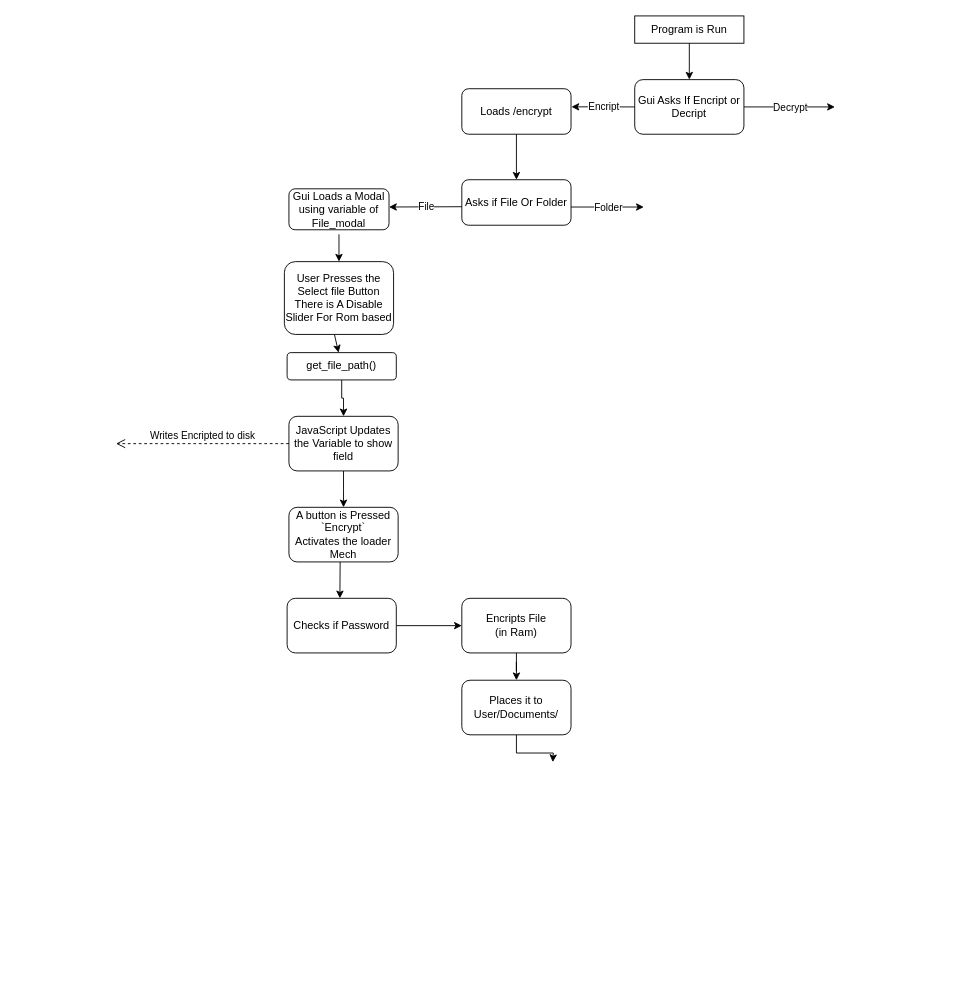
Above: Project WorkFlow.drawio in SharmaDevanshu089/lockr (draw.io), before the change. Source tidied: cells renumbered, new cells numbered last; positions are measured from the earlier drawing's top-left corner, leaving out a move shared by most shapes. Both pictures are drawn from the tidied source at 91%, with x=0, y=0 at pixel (116, 15).
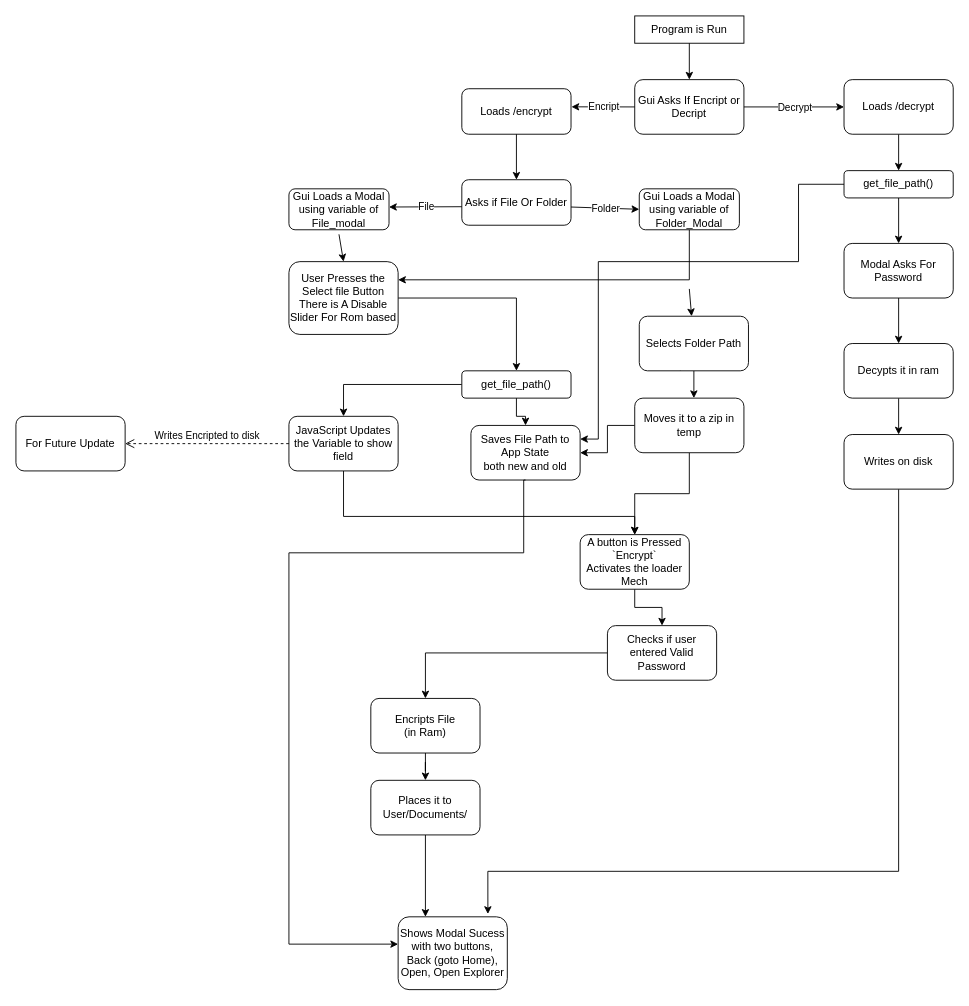
After the change.

Unchanged cells that the change refers to:
```xml
<mxCell id="23" value="JavaScript Updates the Variable to show field" style="rounded=1;whiteSpace=wrap;html=1;" parent="1" vertex="1">
  <mxGeometry x="190" y="440" width="120" height="60" as="geometry" />
</mxCell>
```

What changed in the source:
```diff
@@
-    <mxCell id="5" style="endArrow=classic;html=1;rounded=0;" parent="1" edge="1">
+    <mxCell id="5" style="endArrow=classic;html=1;rounded=0;" parent="1" edge="1" target="50">
       <mxGeometry relative="1" as="geometry">
         <mxPoint x="690" y="100" as="sourcePoint" />
-        <mxPoint x="790" y="100" as="targetPoint" />
       </mxGeometry>
     </mxCell>
@@
-    <mxCell id="12" style="endArrow=classic;html=1;rounded=0;" parent="1" edge="1">
+    <mxCell id="12" style="endArrow=classic;html=1;rounded=0;entryX=0;entryY=0.5;entryDx=0;entryDy=0;" parent="1" edge="1" target="41">
       <mxGeometry relative="1" as="geometry">
         <mxPoint x="500" y="210" as="sourcePoint" />
-        <mxPoint x="580" y="210" as="targetPoint" />
       </mxGeometry>
     </mxCell>
@@
+    <mxCell id="33" style="edgeStyle=orthogonalEdgeStyle;rounded=0;jettySize=auto;html=1;entryX=0.5;entryY=0;entryDx=0;entryDy=0;" parent="1" edge="1" source="17" target="20">
+      <mxGeometry relative="1" as="geometry" />
+    </mxCell>
     <mxCell id="17" value="User Presses the Select file Button&lt;div&gt;There is A Disable Slider For Rom based&lt;/div&gt;" style="rounded=1;whiteSpace=wrap;html=1;" parent="1" vertex="1">
-      <mxGeometry x="185" y="270" width="120" height="80" as="geometry" />
+      <mxGeometry x="190" y="270" width="120" height="80" as="geometry" />
     </mxCell>
@@
     <mxCell id="20" value="get_file_path()" style="rounded=1;whiteSpace=wrap;html=1;" parent="1" vertex="1">
-      <mxGeometry x="188" y="370" width="120" height="30" as="geometry" />
+      <mxGeometry x="380" y="390" width="120" height="30" as="geometry" />
     </mxCell>
-    <mxCell id="21" style="endArrow=classic;html=1;rounded=0;" parent="1" edge="1" target="20">
-      <mxGeometry relative="1" as="geometry">
-        <mxPoint x="240" y="350" as="sourcePoint" />
-      </mxGeometry>
-    </mxCell>
-    <mxCell id="22" style="edgeStyle=orthogonalEdgeStyle;rounded=0;jettySize=auto;html=1;" parent="1" edge="1" source="23">
+    <mxCell id="22" style="edgeStyle=orthogonalEdgeStyle;rounded=0;jettySize=auto;html=1;entryX=0.5;entryY=0;entryDx=0;entryDy=0;" parent="1" edge="1" source="23" target="25">
       <mxGeometry relative="1" as="geometry">
-        <mxPoint x="250" y="540" as="targetPoint" />
+        <Array as="points">
+          <mxPoint x="250" y="550" />
+          <mxPoint x="570" y="550" />
+        </Array>
       </mxGeometry>
     </mxCell>
@@
-    <mxCell id="24" style="edgeStyle=orthogonalEdgeStyle;rounded=0;orthogonalLoop=1;jettySize=auto;html=1;" parent="1" edge="1">
-      <mxGeometry relative="1" as="geometry">
-        <mxPoint x="308" y="570" as="sourcePoint" />
-        <mxPoint x="246" y="640" as="targetPoint" />
-      </mxGeometry>
-    </mxCell>
+    <mxCell id="34" style="edgeStyle=orthogonalEdgeStyle;rounded=0;jettySize=auto;html=1;" parent="1" edge="1" source="25" target="30">
+      <mxGeometry relative="1" as="geometry" />
+    </mxCell>
     <mxCell id="25" value="A button is Pressed&lt;div&gt;`Encrypt&lt;span style=&quot;background-color: transparent; color: light-dark(rgb(0, 0, 0), rgb(255, 255, 255));&quot;&gt;`&lt;/span&gt;&lt;/div&gt;&lt;div&gt;&lt;span style=&quot;background-color: transparent; color: light-dark(rgb(0, 0, 0), rgb(255, 255, 255));&quot;&gt;Activates the loader Mech&lt;/span&gt;&lt;/div&gt;" style="rounded=1;whiteSpace=wrap;html=1;" parent="1" vertex="1">
-      <mxGeometry x="190" y="540" width="120" height="60" as="geometry" />
+      <mxGeometry x="510" y="570" width="120" height="60" as="geometry" />
     </mxCell>
-    <mxCell id="26" style="edgeStyle=orthogonalEdgeStyle;rounded=0;jettySize=auto;html=1;" parent="1" edge="1" source="32">
-      <mxGeometry relative="1" as="geometry">
-        <mxPoint x="480" y="820" as="targetPoint" />
-      </mxGeometry>
+    <mxCell id="26" style="edgeStyle=orthogonalEdgeStyle;rounded=0;jettySize=auto;html=1;entryX=0.25;entryY=0;entryDx=0;entryDy=0;" parent="1" edge="1" source="32" target="35">
+      <mxGeometry relative="1" as="geometry" />
     </mxCell>
     <mxCell id="27" value="Encripts File&lt;div&gt;(in Ram)&lt;/div&gt;" style="rounded=1;whiteSpace=wrap;html=1;" parent="1" vertex="1">
-      <mxGeometry x="380" y="640" width="120" height="60" as="geometry" />
+      <mxGeometry x="280" y="750" width="120" height="60" as="geometry" />
     </mxCell>
-    <mxCell id="28" value="Writes Encripted to disk" style="html=1;verticalAlign=bottom;endArrow=open;dashed=1;endSize=8;curved=0;rounded=0;" parent="1" edge="1">
+    <mxCell id="28" value="Writes Encripted to disk" style="html=1;verticalAlign=bottom;endArrow=open;dashed=1;endSize=8;curved=0;rounded=0;entryX=1;entryY=0.5;entryDx=0;entryDy=0;" parent="1" edge="1" target="36">
       <mxGeometry relative="1" as="geometry">
         <mxPoint x="190" y="470" as="sourcePoint" />
-        <mxPoint y="470" as="targetPoint" />
       </mxGeometry>
     </mxCell>
@@
-    <mxCell id="30" value="Checks if Password" style="rounded=1;whiteSpace=wrap;html=1;" parent="1" vertex="1">
-      <mxGeometry x="188" y="640" width="120" height="60" as="geometry" />
+    <mxCell id="30" value="Checks if user entered Valid Password" style="rounded=1;whiteSpace=wrap;html=1;" parent="1" vertex="1">
+      <mxGeometry x="540" y="670" width="120" height="60" as="geometry" />
     </mxCell>
@@
     <mxCell id="32" value="Places it to User/Documents/" style="rounded=1;whiteSpace=wrap;html=1;" parent="1" vertex="1">
-      <mxGeometry x="380" y="730" width="120" height="60" as="geometry" />
+      <mxGeometry x="280" y="840" width="120" height="60" as="geometry" />
     </mxCell>
+    <mxCell id="35" value="Shows Modal Sucess with two buttons, Back (goto Home), Open, Open Explorer" style="rounded=1;whiteSpace=wrap;html=1;rotation=0;" parent="1" vertex="1">
+      <mxGeometry x="310" y="990" width="120" height="80" as="geometry" />
+    </mxCell>
+    <mxCell id="36" value="For Future Update" style="rounded=1;whiteSpace=wrap;html=1;" parent="1" vertex="1">
+      <mxGeometry x="-110" y="440" width="120" height="60" as="geometry" />
+    </mxCell>
+    <mxCell id="37" value="Saves File Path to App State&lt;div&gt;both new and old&lt;/div&gt;" style="rounded=1;whiteSpace=wrap;html=1;" parent="1" vertex="1">
+      <mxGeometry x="390" y="450" width="120" height="60" as="geometry" />
+    </mxCell>
+    <mxCell id="38" style="edgeStyle=orthogonalEdgeStyle;rounded=0;jettySize=auto;html=1;" parent="1" edge="1" source="20" target="37">
+      <mxGeometry relative="1" as="geometry" />
+    </mxCell>
+    <mxCell id="39" style="edgeStyle=orthogonalEdgeStyle;rounded=0;jettySize=auto;html=1;exitX=0.5;exitY=1;exitDx=0;exitDy=0;" parent="1" edge="1" source="37" target="35">
+      <mxGeometry relative="1" as="geometry">
+        <Array as="points">
+          <mxPoint x="448" y="510" />
+          <mxPoint x="448" y="590" />
+          <mxPoint x="190" y="590" />
+          <mxPoint x="190" y="1020" />
+        </Array>
+      </mxGeometry>
+    </mxCell>
+    <mxCell id="40" style="edgeStyle=orthogonalEdgeStyle;rounded=0;jettySize=auto;html=1;entryX=1;entryY=0.25;entryDx=0;entryDy=0;" parent="1" edge="1" source="41" target="17">
+      <mxGeometry relative="1" as="geometry">
+        <Array as="points">
+          <mxPoint x="630" y="290" />
+        </Array>
+      </mxGeometry>
+    </mxCell>
+    <mxCell id="41" value="Gui Loads a Modal&lt;div&gt;using variable of Folder_Modal&lt;/div&gt;" style="rounded=1;whiteSpace=wrap;html=1;" parent="1" vertex="1">
+      <mxGeometry x="575" y="190" width="110" height="45" as="geometry" />
+    </mxCell>
+    <mxCell id="42" style="endArrow=classic;html=1;rounded=0;" parent="1" edge="1" source="45">
+      <mxGeometry relative="1" as="geometry">
+        <mxPoint x="630" y="370" as="targetPoint" />
+      </mxGeometry>
+    </mxCell>
+    <mxCell id="43" style="endArrow=classic;html=1;rounded=0;" parent="1" edge="1" target="45">
+      <mxGeometry relative="1" as="geometry">
+        <mxPoint x="630" y="300" as="sourcePoint" />
+      </mxGeometry>
+    </mxCell>
+    <mxCell id="44" style="edgeStyle=orthogonalEdgeStyle;rounded=0;jettySize=auto;html=1;" parent="1" edge="1" source="45">
+      <mxGeometry relative="1" as="geometry">
+        <mxPoint x="635" y="420" as="targetPoint" />
+      </mxGeometry>
+    </mxCell>
+    <mxCell id="45" value="Selects Folder Path" style="rounded=1;whiteSpace=wrap;html=1;" parent="1" vertex="1">
+      <mxGeometry x="575" y="330" width="120" height="60" as="geometry" />
+    </mxCell>
+    <mxCell id="46" style="edgeStyle=orthogonalEdgeStyle;rounded=0;jettySize=auto;html=1;entryX=1;entryY=0.5;entryDx=0;entryDy=0;" parent="1" edge="1" source="48" target="37">
+      <mxGeometry relative="1" as="geometry" />
+    </mxCell>
+    <mxCell id="47" style="edgeStyle=orthogonalEdgeStyle;rounded=0;jettySize=auto;html=1;entryX=0.5;entryY=0;entryDx=0;entryDy=0;" parent="1" edge="1" source="48" target="25">
+      <mxGeometry relative="1" as="geometry" />
+    </mxCell>
+    <mxCell id="48" value="Moves it to a zip in temp" style="rounded=1;whiteSpace=wrap;html=1;" parent="1" vertex="1">
+      <mxGeometry x="570" y="420" width="120" height="60" as="geometry" />
+    </mxCell>
+    <mxCell id="49" style="edgeStyle=orthogonalEdgeStyle;rounded=0;jettySize=auto;html=1;entryX=0.5;entryY=0;entryDx=0;entryDy=0;" parent="1" edge="1" source="50" target="53">
+      <mxGeometry relative="1" as="geometry" />
+    </mxCell>
+    <mxCell id="50" value="Loads /decrypt" style="rounded=1;whiteSpace=wrap;html=1;" parent="1" vertex="1">
+      <mxGeometry x="800" y="70" width="120" height="60" as="geometry" />
+    </mxCell>
+    <mxCell id="51" style="edgeStyle=orthogonalEdgeStyle;rounded=0;jettySize=auto;html=1;entryX=0.5;entryY=0;entryDx=0;entryDy=0;" parent="1" edge="1" source="53" target="55">
+      <mxGeometry relative="1" as="geometry" />
+    </mxCell>
+    <mxCell id="52" style="edgeStyle=orthogonalEdgeStyle;rounded=0;jettySize=auto;html=1;entryX=1;entryY=0.25;entryDx=0;entryDy=0;" parent="1" edge="1" source="53" target="37">
+      <mxGeometry relative="1" as="geometry">
+        <Array as="points">
+          <mxPoint x="750" y="185" />
+          <mxPoint x="750" y="270" />
+          <mxPoint x="530" y="270" />
+          <mxPoint x="530" y="465" />
+        </Array>
+      </mxGeometry>
+    </mxCell>
+    <mxCell id="53" value="get_file_path()" style="rounded=1;whiteSpace=wrap;html=1;" parent="1" vertex="1">
+      <mxGeometry x="800" y="170" width="120" height="30" as="geometry" />
+    </mxCell>
+    <mxCell id="54" style="edgeStyle=orthogonalEdgeStyle;rounded=0;jettySize=auto;html=1;" parent="1" edge="1" source="55" target="57">
+      <mxGeometry relative="1" as="geometry" />
+    </mxCell>
+    <mxCell id="55" value="Modal Asks For Password" style="rounded=1;whiteSpace=wrap;html=1;" parent="1" vertex="1">
+      <mxGeometry x="800" y="250" width="120" height="60" as="geometry" />
+    </mxCell>
+    <mxCell id="56" style="edgeStyle=orthogonalEdgeStyle;rounded=0;jettySize=auto;html=1;" parent="1" edge="1" source="57" target="59">
+      <mxGeometry relative="1" as="geometry" />
+    </mxCell>
+    <mxCell id="57" value="Decypts it in ram" style="rounded=1;whiteSpace=wrap;html=1;" parent="1" vertex="1">
+      <mxGeometry x="800" y="360" width="120" height="60" as="geometry" />
+    </mxCell>
+    <mxCell id="58" style="edgeStyle=orthogonalEdgeStyle;rounded=0;jettySize=auto;html=1;entryX=0.822;entryY=-0.039;entryDx=0;entryDy=0;entryPerimeter=0;" parent="1" edge="1" source="59" target="35">
+      <mxGeometry relative="1" as="geometry">
+        <Array as="points">
+          <mxPoint x="860" y="940" />
+          <mxPoint x="409" y="940" />
+        </Array>
+      </mxGeometry>
+    </mxCell>
+    <mxCell id="59" value="Writes on disk" style="rounded=1;whiteSpace=wrap;html=1;" parent="1" vertex="1">
+      <mxGeometry x="800" y="460" width="120" height="60" as="geometry" />
+    </mxCell>
```
